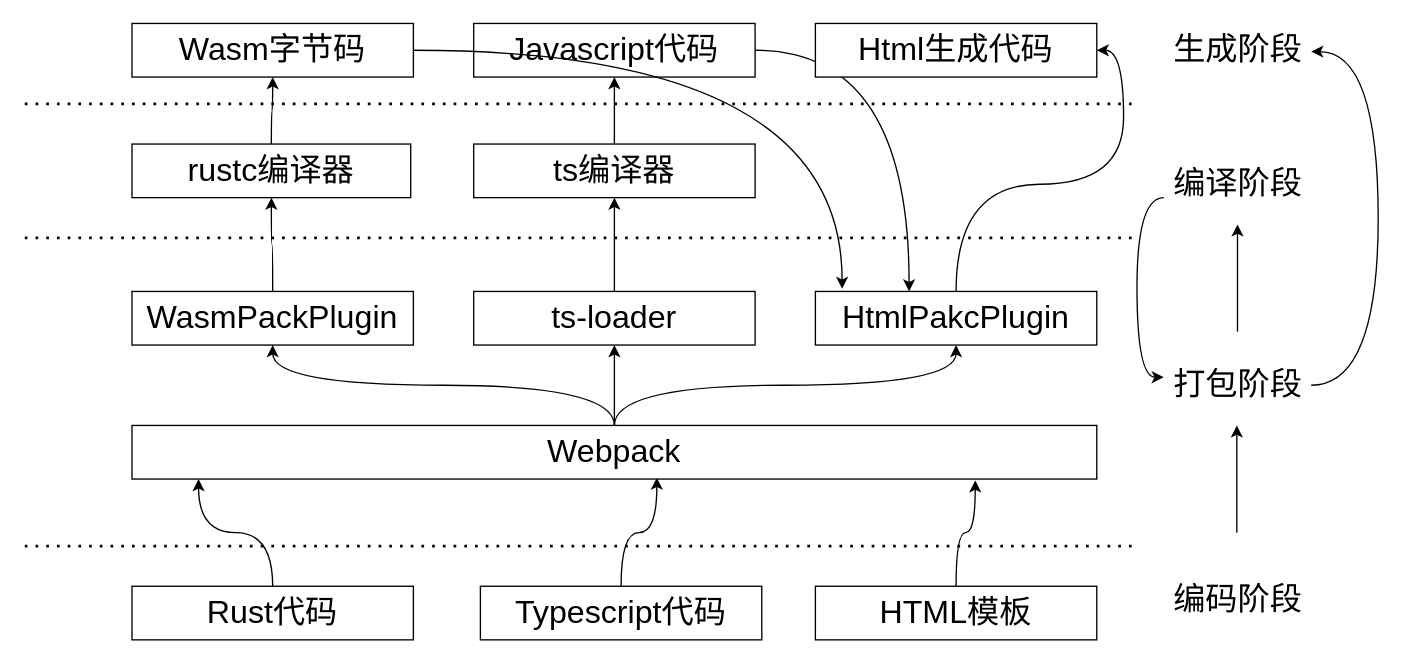
The draw.io diagram logical layer.drawio in estraining/diagram-store, before the edit. Source tidied: cells renumbered, new cells numbered last; positions are measured from the earlier drawing's top-left corner, leaving out a move shared by most shapes. Both pictures are drawn from the tidied source at 134%, with x=0, y=0 at pixel (24, 23).
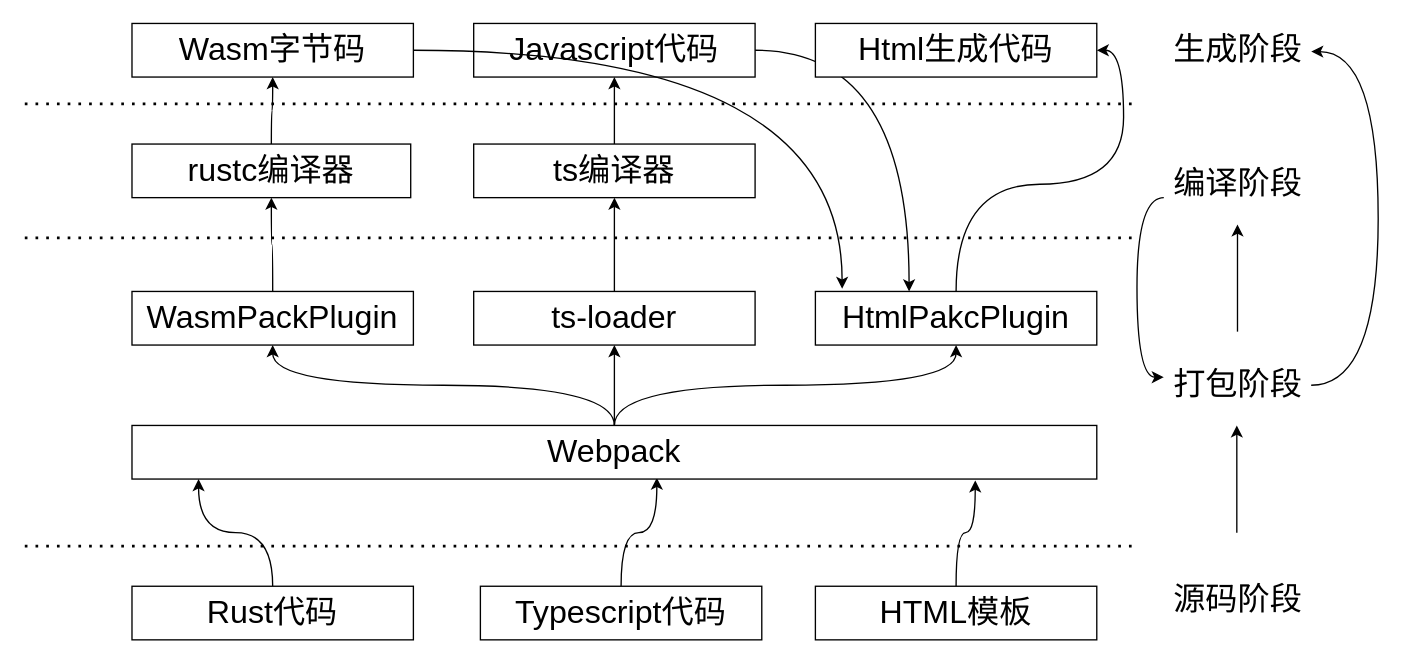
Above is the later version.

What changed in the source:
```diff
@@
-    <mxCell id="34" value="&lt;span style=&quot;font-size: 24px&quot;&gt;编码阶段&lt;/span&gt;" style="text;html=1;align=center;verticalAlign=middle;" parent="1" vertex="1">
+    <mxCell id="34" value="&lt;span style=&quot;font-size: 24px&quot;&gt;源码阶段&lt;/span&gt;" style="text;html=1;align=center;verticalAlign=middle;" parent="1" vertex="1">
       <mxGeometry x="850" y="420" width="110" height="20" as="geometry" />
     </mxCell>
```
